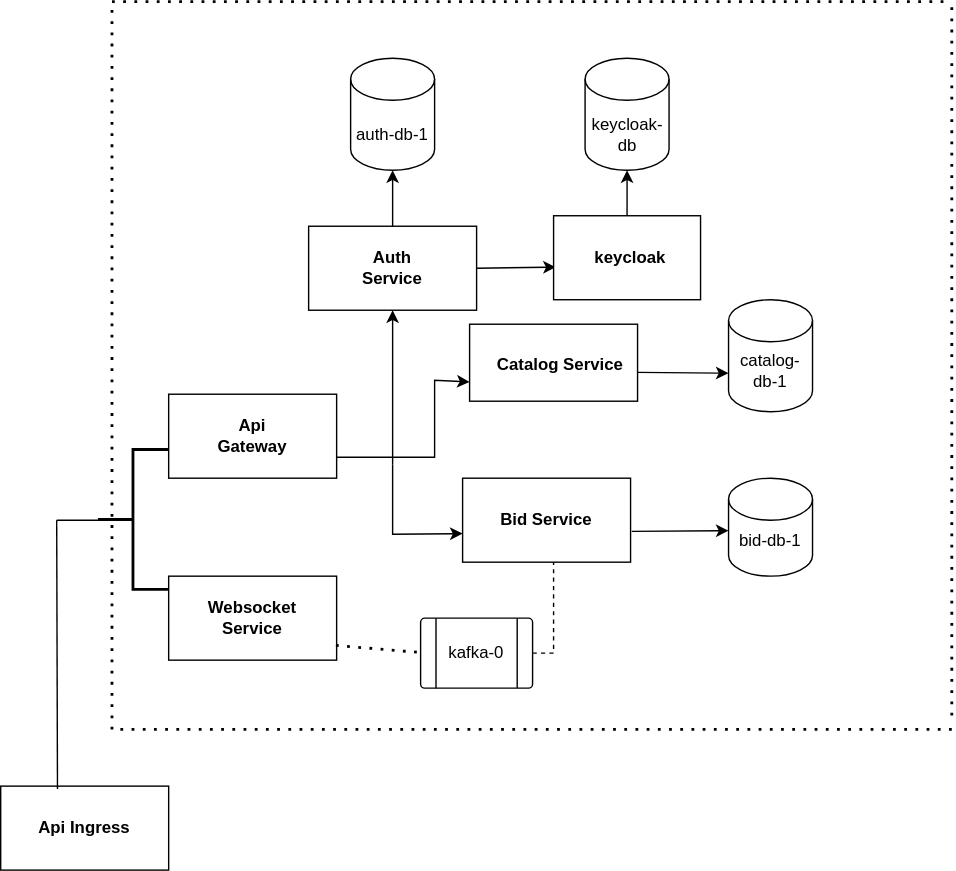
Before: nilami.svg, a diagram exported from draw.io (samnayak1/nilami-spring-microservice). Source tidied: cells renumbered, new cells last; positions are measured from the earlier drawing's top-left corner, leaving out a move shared by most shapes.
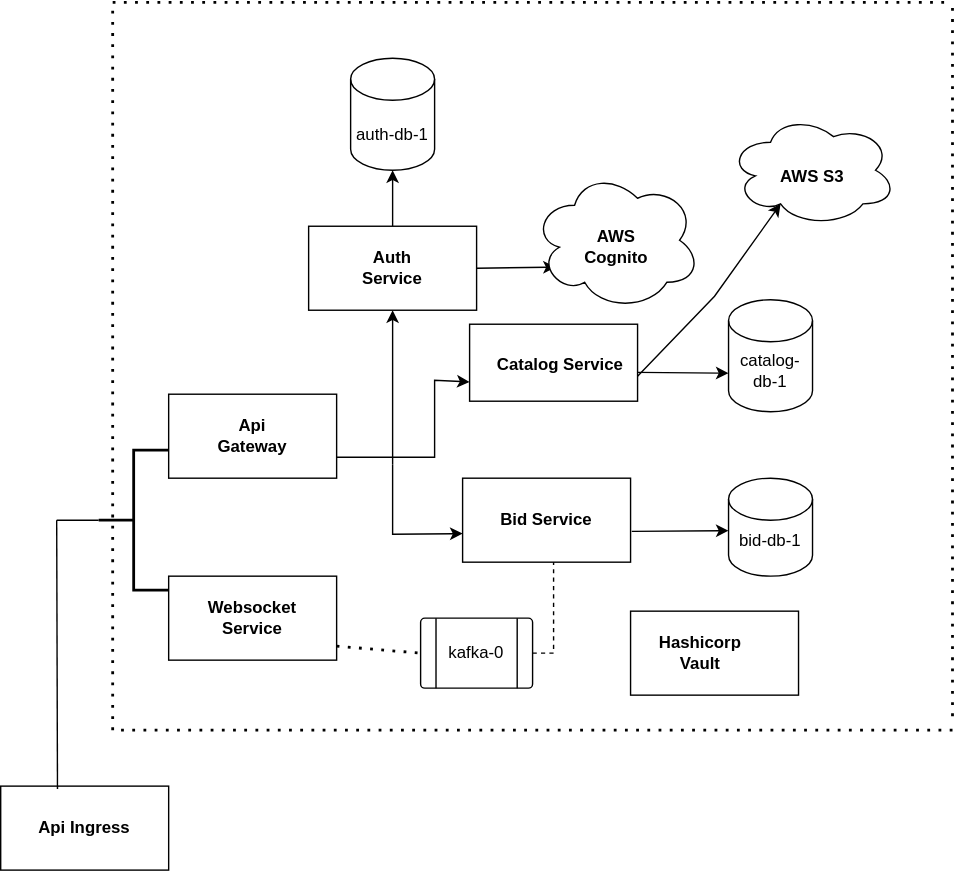
After the commit.

Change to the diagram source:
```diff
@@ -121,24 +121,11 @@
         <mxPoint x="240" y="460" as="sourcePoint" />
       </mxGeometry>
     </mxCell>
-    <mxCell id="34" style="endArrow=classic;html=1;rounded=0;exitX=1;exitY=0.5;exitDx=0;exitDy=0;entryX=0.015;entryY=0.612;entryDx=0;entryDy=0;entryPerimeter=0;" parent="1" edge="1" source="9" target="35">
-      <mxGeometry relative="1" as="geometry" />
+    <mxCell id="34" style="endArrow=classic;html=1;rounded=0;exitX=1;exitY=0.5;exitDx=0;exitDy=0;entryX=0.015;entryY=0.612;entryDx=0;entryDy=0;entryPerimeter=0;" parent="1" edge="1" source="9">
+      <mxGeometry relative="1" as="geometry">
+        <mxPoint x="396.6" y="189.2" as="targetPoint" />
+      </mxGeometry>
     </mxCell>
-    <mxCell id="35" style="rounded=0;whiteSpace=wrap;html=1;" parent="1" vertex="1">
-      <mxGeometry x="395" y="152.5" width="105" height="60" as="geometry" />
-    </mxCell>
-    <mxCell id="36" value="&lt;b&gt;keycloak&lt;/b&gt;" style="text;html=1;whiteSpace=wrap;strokeColor=none;fillColor=none;align=center;verticalAlign=middle;rounded=0;" parent="1" vertex="1">
-      <mxGeometry x="420" y="167.5" width="60" height="30" as="geometry" />
-    </mxCell>
-    <mxCell id="37" style="shape=cylinder3;whiteSpace=wrap;html=1;boundedLbl=1;backgroundOutline=1;size=15;" parent="1" vertex="1">
-      <mxGeometry x="417.5" y="40" width="60" height="80" as="geometry" />
-    </mxCell>
-    <mxCell id="38" value="keycloak-db" style="text;html=1;whiteSpace=wrap;strokeColor=none;fillColor=none;align=center;verticalAlign=middle;rounded=0;" parent="1" vertex="1">
-      <mxGeometry x="418" y="80" width="60" height="30" as="geometry" />
-    </mxCell>
-    <mxCell id="39" style="endArrow=classic;html=1;rounded=0;entryX=0.5;entryY=1;entryDx=0;entryDy=0;entryPerimeter=0;" parent="1" edge="1" source="35" target="37">
-      <mxGeometry relative="1" as="geometry" />
-    </mxCell>
     <mxCell id="40" style="strokeWidth=2;html=1;shape=mxgraph.flowchart.annotation_2;align=left;labelPosition=right;" parent="1" vertex="1">
       <mxGeometry x="70" y="320" width="50" height="100" as="geometry" />
     </mxCell>
@@ -180,5 +167,31 @@
         <mxPoint x="80" y="520" as="targetPoint" />
       </mxGeometry>
     </mxCell>
+    <mxCell id="48" style="ellipse;shape=cloud;whiteSpace=wrap;html=1;" parent="1" vertex="1">
+      <mxGeometry x="380" y="120" width="120" height="100" as="geometry" />
+    </mxCell>
+    <mxCell id="49" value="&lt;b&gt;AWS Cognito&lt;/b&gt;" style="text;html=1;whiteSpace=wrap;strokeColor=none;fillColor=none;align=center;verticalAlign=middle;rounded=0;" parent="1" vertex="1">
+      <mxGeometry x="410" y="160" width="60" height="30" as="geometry" />
+    </mxCell>
+    <mxCell id="50" style="ellipse;shape=cloud;whiteSpace=wrap;html=1;" parent="1" vertex="1">
+      <mxGeometry x="520" y="80" width="120" height="80" as="geometry" />
+    </mxCell>
+    <mxCell id="51" value="&lt;b&gt;AWS S3&lt;/b&gt;" style="text;html=1;whiteSpace=wrap;strokeColor=none;fillColor=none;align=center;verticalAlign=middle;rounded=0;" parent="1" vertex="1">
+      <mxGeometry x="550" y="110" width="60" height="30" as="geometry" />
+    </mxCell>
+    <mxCell id="52" style="endArrow=classic;html=1;rounded=0;entryX=0.31;entryY=0.8;entryDx=0;entryDy=0;entryPerimeter=0;" parent="1" edge="1" target="50">
+      <mxGeometry relative="1" as="geometry">
+        <mxPoint x="455" y="267.2" as="sourcePoint" />
+        <Array as="points">
+          <mxPoint x="510" y="210" />
+        </Array>
+      </mxGeometry>
+    </mxCell>
+    <mxCell id="53" style="rounded=0;whiteSpace=wrap;html=1;" parent="1" vertex="1">
+      <mxGeometry x="450" y="435" width="120" height="60" as="geometry" />
+    </mxCell>
+    <mxCell id="54" value="&lt;b&gt;Hashicorp Vault&lt;/b&gt;" style="text;html=1;whiteSpace=wrap;strokeColor=none;fillColor=none;align=center;verticalAlign=middle;rounded=0;" parent="1" vertex="1">
+      <mxGeometry x="470" y="450" width="60" height="30" as="geometry" />
+    </mxCell>
   </root>
 </mxGraphModel>
```
